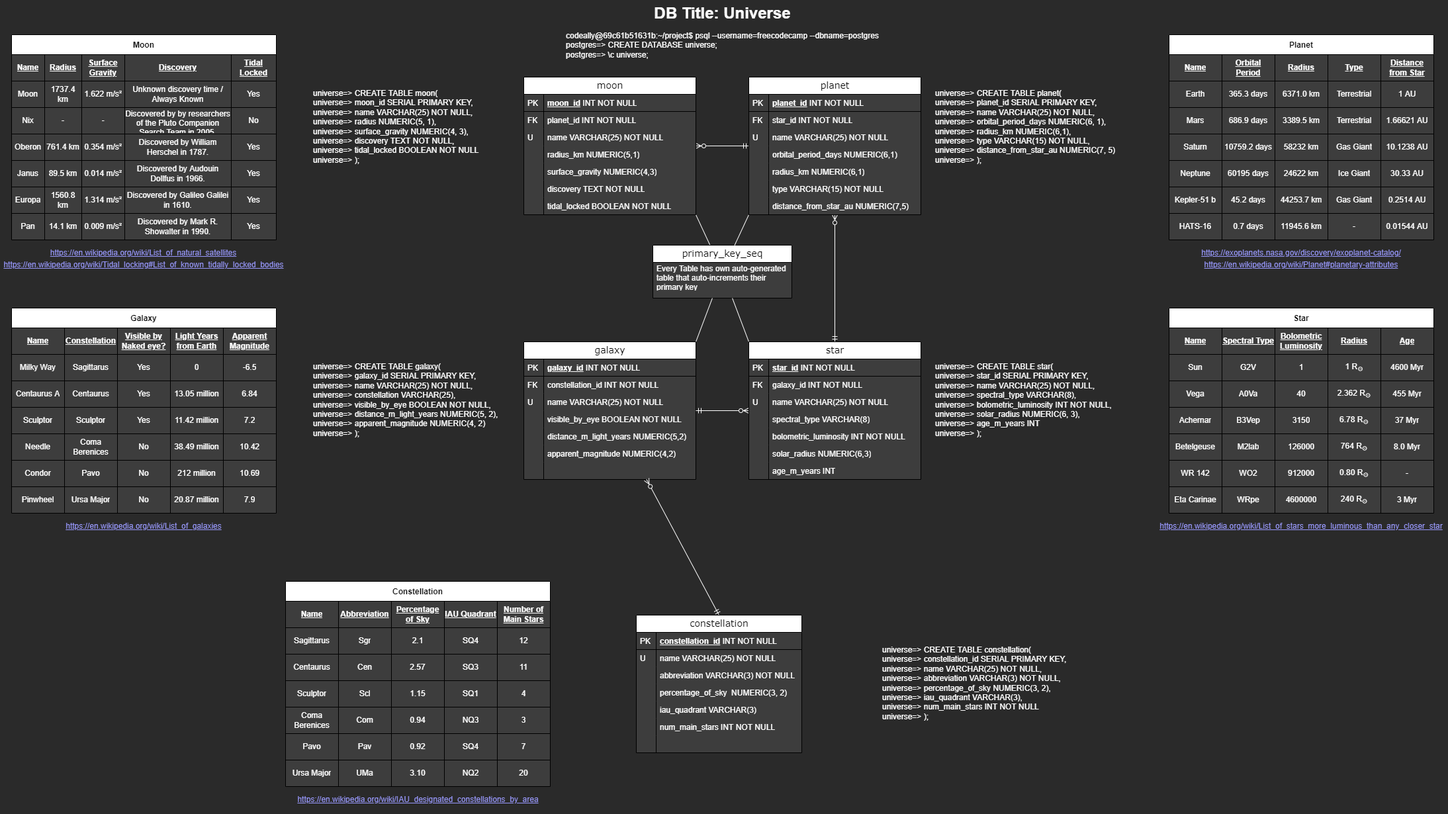
Earlier version of the draw.io export Relational Database/Celestial Bodies Database/Celestial Bodies Database ER Diagram.png (Squibs/freeCodeCamp). Source tidied: cells renumbered, new cells last; positions are measured from the earlier drawing's top-left corner, leaving out a move shared by most shapes.
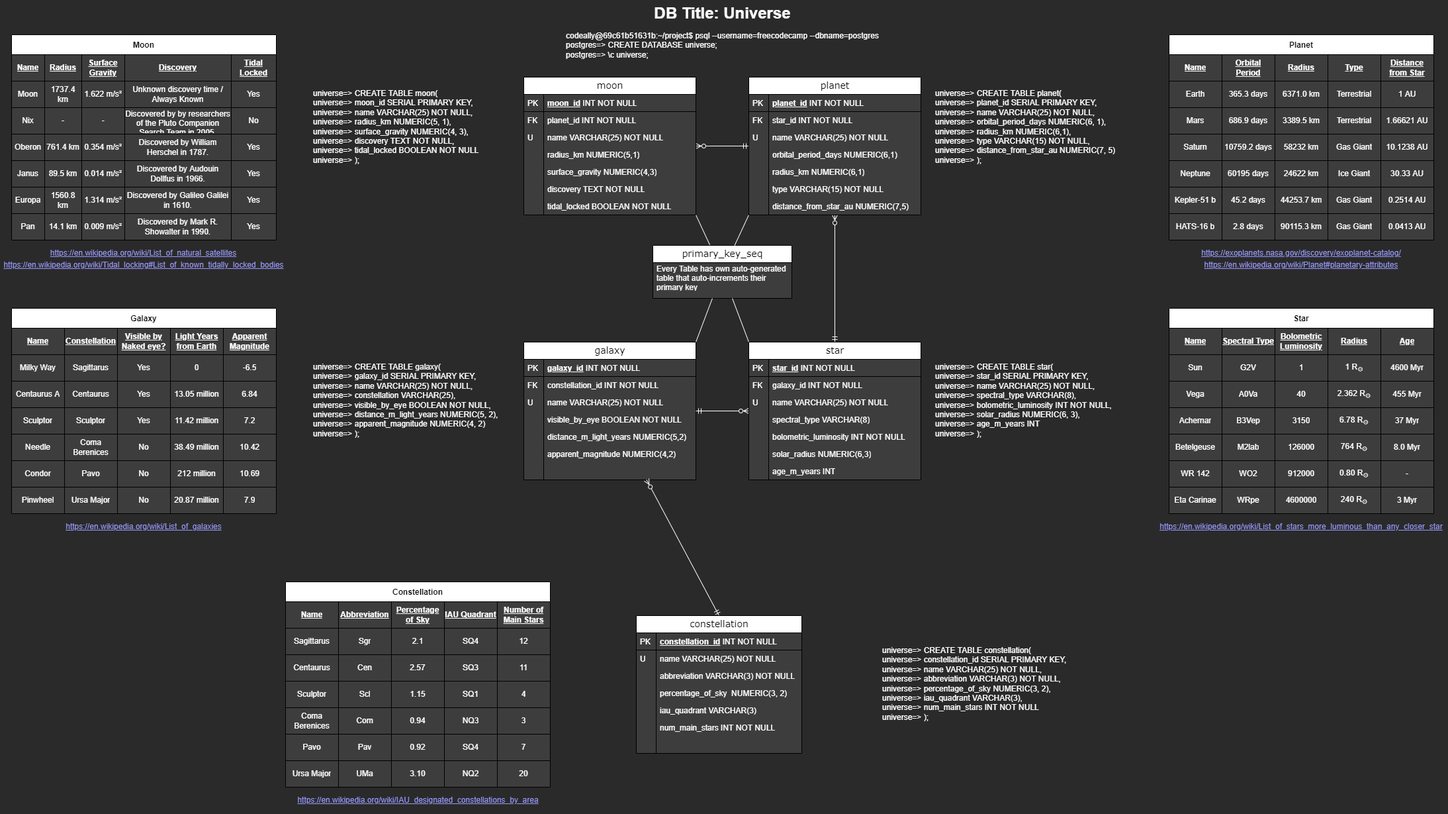
The same file after the commit.

Commit message:
Update ER diagram - celestial.

Diff of the diagram source:
```diff
@@ -350,7 +350,7 @@
     <mxCell id="117" value="&lt;div&gt;&lt;span&gt;universe=&amp;gt; CREATE TABLE star(&lt;/span&gt;&lt;/div&gt;universe=&amp;gt;&amp;nbsp;&lt;span&gt;star_id SERIAL PRIMARY KEY,&lt;br&gt;&lt;/span&gt;universe=&amp;gt; name VARCHAR(25) NOT NULL,&lt;br&gt;universe=&amp;gt; spectral_type VARCHAR(8),&lt;br&gt;universe=&amp;gt; bolometric_luminosity INT NOT NULL,&lt;br&gt;universe=&amp;gt; solar_radius NUMERIC(6, 3),&lt;br&gt;universe=&amp;gt; age_m_years INT&lt;br&gt;universe=&amp;gt;&amp;nbsp;&lt;span&gt;);&lt;/span&gt;" style="text;strokeColor=none;fillColor=none;html=1;fontSize=12;fontStyle=0;verticalAlign=top;align=left;glass=0;fontColor=#FFFFFF;" parent="1" vertex="1">
       <mxGeometry x="1411" y="540" width="300" height="130" as="geometry" />
     </mxCell>
-    <mxCell id="118" value="&lt;div&gt;&lt;span&gt;universe=&amp;gt; CREATE TABLE moon(&lt;/span&gt;&lt;/div&gt;universe=&amp;gt;&amp;nbsp;&lt;span&gt;moon_id SERIAL PRIMARY KEY,&lt;br&gt;&lt;/span&gt;universe=&amp;gt; name VARCHAR(25) NOT NULL,&lt;br&gt;universe=&amp;gt; radius NUMERIC(5, 1),&lt;br&gt;universe=&amp;gt; surface_gravity NUMERIC(4, 3),&lt;br&gt;universe=&amp;gt; discovery TEXT NOT NULL,&lt;br&gt;universe=&amp;gt; tidal_locked BOOLEAN NOT NULL&lt;br&gt;universe=&amp;gt;&amp;nbsp;&lt;span&gt;);&lt;/span&gt;" style="text;strokeColor=none;fillColor=none;html=1;fontSize=12;fontStyle=0;verticalAlign=top;align=left;glass=0;fontColor=#FFFFFF;" parent="1" vertex="1">
+    <mxCell id="118" value="&lt;div&gt;&lt;span&gt;universe=&amp;gt; CREATE TABLE moon(&lt;/span&gt;&lt;/div&gt;universe=&amp;gt;&amp;nbsp;&lt;span&gt;moon_id SERIAL PRIMARY KEY,&lt;br&gt;&lt;/span&gt;universe=&amp;gt; name VARCHAR(25) NOT NULL,&lt;br&gt;universe=&amp;gt; radius_km NUMERIC(5, 1),&lt;br&gt;universe=&amp;gt; surface_gravity NUMERIC(4, 3),&lt;br&gt;universe=&amp;gt; discovery TEXT NOT NULL,&lt;br&gt;universe=&amp;gt; tidal_locked BOOLEAN NOT NULL&lt;br&gt;universe=&amp;gt;&amp;nbsp;&lt;span&gt;);&lt;/span&gt;" style="text;strokeColor=none;fillColor=none;html=1;fontSize=12;fontStyle=0;verticalAlign=top;align=left;glass=0;fontColor=#FFFFFF;" parent="1" vertex="1">
       <mxGeometry x="471" y="127" width="300" height="130" as="geometry" />
     </mxCell>
     <mxCell id="119" value="&lt;div&gt;&lt;span&gt;universe=&amp;gt; CREATE TABLE planet(&lt;/span&gt;&lt;/div&gt;universe=&amp;gt;&amp;nbsp;&lt;span&gt;planet_id SERIAL PRIMARY KEY,&lt;br&gt;&lt;/span&gt;universe=&amp;gt; name VARCHAR(25) NOT NULL,&lt;br&gt;universe=&amp;gt; orbital_period_days NUMERIC(6, 1),&lt;br&gt;universe=&amp;gt; radius_km NUMERIC(6,1),&lt;br&gt;universe=&amp;gt; type VARCHAR(15) NOT NULL,&lt;br&gt;universe=&amp;gt; distance_from_star_au NUMERIC(7, 5)&lt;br&gt;universe=&amp;gt;&amp;nbsp;&lt;span&gt;);&lt;/span&gt;" style="text;strokeColor=none;fillColor=none;html=1;fontSize=12;fontStyle=0;verticalAlign=top;align=left;glass=0;fontColor=#FFFFFF;" parent="1" vertex="1">
@@ -728,19 +728,19 @@
     <mxCell id="243" style="shape=partialRectangle;html=1;whiteSpace=wrap;fillColor=none;top=0;left=0;bottom=0;right=0;" parent="206" vertex="1">
       <mxGeometry y="270" width="400" height="40" as="geometry" />
     </mxCell>
-    <mxCell id="244" value="HATS-16" style="shape=partialRectangle;html=1;whiteSpace=wrap;fillColor=none;top=0;left=0;bottom=0;right=0;overflow=hidden;fontColor=#FFFFFF;" parent="243" vertex="1">
+    <mxCell id="244" value="HATS-16 b" style="shape=partialRectangle;html=1;whiteSpace=wrap;fillColor=none;top=0;left=0;bottom=0;right=0;overflow=hidden;fontColor=#FFFFFF;" parent="243" vertex="1">
       <mxGeometry width="80" height="40" as="geometry" />
     </mxCell>
-    <mxCell id="245" value="0.7 days" style="shape=partialRectangle;html=1;whiteSpace=wrap;fillColor=none;top=0;left=0;bottom=0;right=0;overflow=hidden;fontColor=#FFFFFF;" parent="243" vertex="1">
+    <mxCell id="245" value="2.8 days" style="shape=partialRectangle;html=1;whiteSpace=wrap;fillColor=none;top=0;left=0;bottom=0;right=0;overflow=hidden;fontColor=#FFFFFF;" parent="243" vertex="1">
       <mxGeometry x="80" width="80" height="40" as="geometry" />
     </mxCell>
-    <mxCell id="246" value="11945.6 km" style="shape=partialRectangle;html=1;whiteSpace=wrap;fillColor=none;top=0;left=0;bottom=0;right=0;overflow=hidden;fontColor=#FFFFFF;" parent="243" vertex="1">
+    <mxCell id="246" value="90115.3 km" style="shape=partialRectangle;html=1;whiteSpace=wrap;fillColor=none;top=0;left=0;bottom=0;right=0;overflow=hidden;fontColor=#FFFFFF;" parent="243" vertex="1">
       <mxGeometry x="160" width="80" height="40" as="geometry" />
     </mxCell>
-    <mxCell id="247" value="-" style="shape=partialRectangle;html=1;whiteSpace=wrap;fillColor=none;top=0;left=0;bottom=0;right=0;overflow=hidden;fontColor=#FFFFFF;" parent="243" vertex="1">
+    <mxCell id="247" value="Gas Giant" style="shape=partialRectangle;html=1;whiteSpace=wrap;fillColor=none;top=0;left=0;bottom=0;right=0;overflow=hidden;fontColor=#FFFFFF;" parent="243" vertex="1">
       <mxGeometry x="240" width="80" height="40" as="geometry" />
     </mxCell>
-    <mxCell id="248" value="0.01544 AU" style="shape=partialRectangle;html=1;whiteSpace=wrap;fillColor=none;top=0;left=0;bottom=0;right=0;overflow=hidden;fontColor=#FFFFFF;" parent="243" vertex="1">
+    <mxCell id="248" value="0.0413 AU" style="shape=partialRectangle;html=1;whiteSpace=wrap;fillColor=none;top=0;left=0;bottom=0;right=0;overflow=hidden;fontColor=#FFFFFF;" parent="243" vertex="1">
       <mxGeometry x="320" width="80" height="40" as="geometry" />
     </mxCell>
     <mxCell id="249" value="&lt;font color=&quot;#9999ff&quot;&gt;https://en.wikipedia.org/wiki/List_of_galaxies&lt;/font&gt;" style="text;html=1;strokeColor=none;fillColor=none;whiteSpace=wrap;align=center;verticalAlign=middle;fontColor=#0000EE;fontStyle=4;" parent="1" vertex="1">
```
